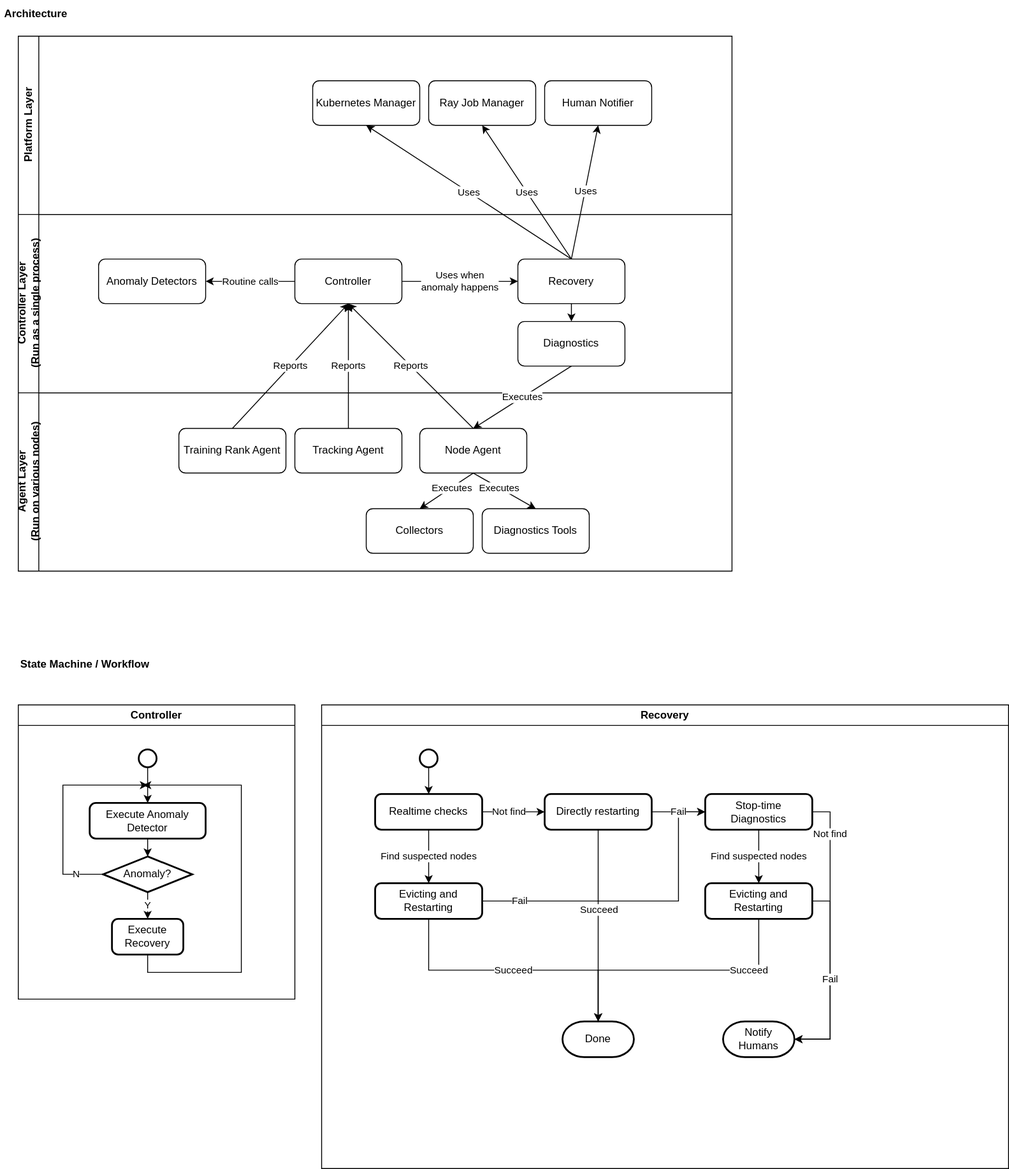
Before: miles/utils/ft/ft_arch.svg, a diagram exported from draw.io (radixark/miles). Source tidied: cells renumbered, new cells last; positions are measured from the earlier drawing's top-left corner, leaving out a move shared by most shapes.
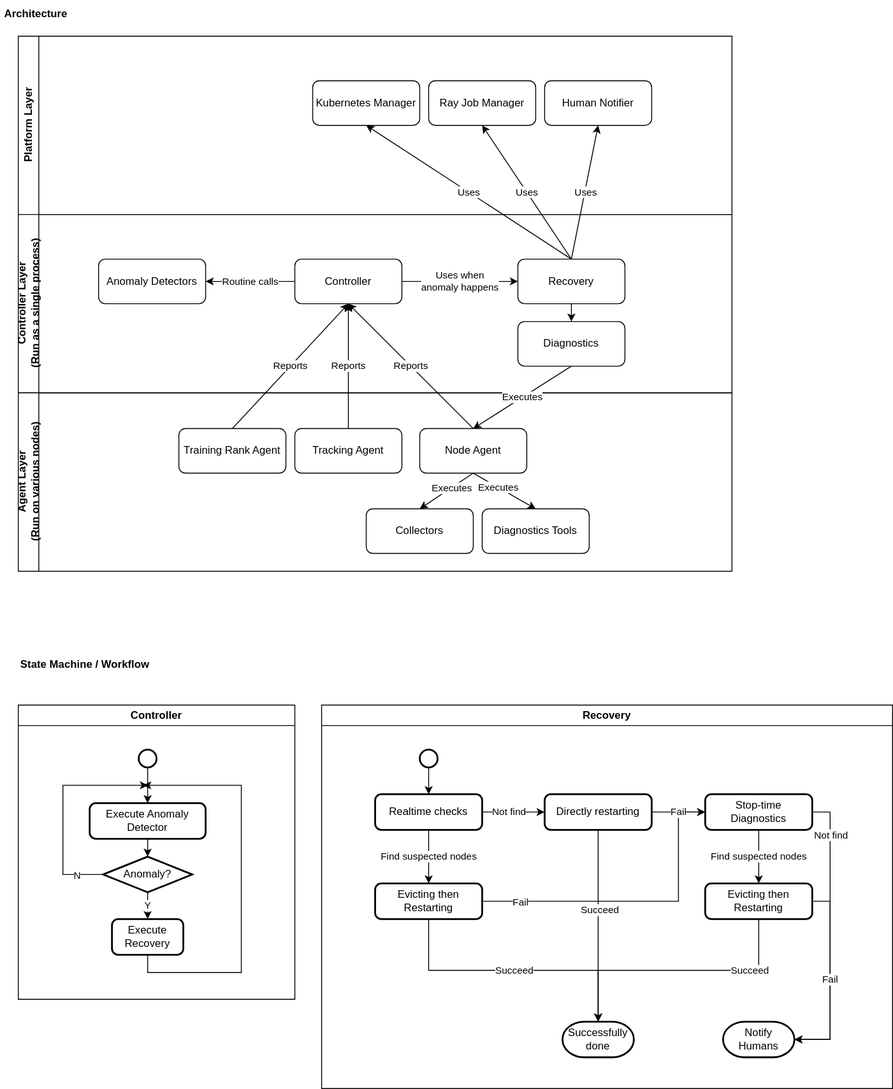
After the commit.

Diff of the diagram source:
```diff
@@ -147,7 +147,7 @@
       <mxGeometry x="105" y="240" width="80" height="40" as="geometry" />
     </mxCell>
     <mxCell id="45" value="Recovery" style="swimlane;whiteSpace=wrap;html=1;" parent="1" vertex="1">
-      <mxGeometry x="360" y="790" width="770" height="520" as="geometry" />
+      <mxGeometry x="360" y="790" width="640" height="430" as="geometry" />
     </mxCell>
     <mxCell id="46" style="edgeStyle=orthogonalEdgeStyle;rounded=0;jettySize=auto;html=1;exitX=0.5;exitY=1;exitDx=0;exitDy=0;exitPerimeter=0;entryX=0.5;entryY=0;entryDx=0;entryDy=0;" parent="45" edge="1" source="47" target="50">
       <mxGeometry relative="1" as="geometry" />
@@ -175,13 +175,13 @@
     <mxCell id="52" value="Fail" style="edgeLabel;html=1;align=center;verticalAlign=middle;" parent="51" vertex="1">
       <mxGeometry x="-0.76" relative="1" as="geometry" />
     </mxCell>
-    <mxCell id="53" value="Evicting and Restarting" style="rounded=1;whiteSpace=wrap;html=1;absoluteArcSize=1;arcSize=14;strokeWidth=2;" parent="45" vertex="1">
+    <mxCell id="53" value="Evicting then Restarting" style="rounded=1;whiteSpace=wrap;html=1;absoluteArcSize=1;arcSize=14;strokeWidth=2;" parent="45" vertex="1">
       <mxGeometry x="60" y="200" width="120" height="40" as="geometry" />
     </mxCell>
     <mxCell id="54" value="Succeed" style="edgeStyle=orthogonalEdgeStyle;rounded=0;jettySize=auto;html=1;exitX=0.5;exitY=1;exitDx=0;exitDy=0;entryX=0.5;entryY=0;entryDx=0;entryDy=0;entryPerimeter=0;" parent="45" edge="1" source="53" target="55">
       <mxGeometry relative="1" as="geometry" />
     </mxCell>
-    <mxCell id="55" value="Done" style="strokeWidth=2;html=1;shape=mxgraph.flowchart.terminator;whiteSpace=wrap;" parent="45" vertex="1">
+    <mxCell id="55" value="Successfully done" style="strokeWidth=2;html=1;shape=mxgraph.flowchart.terminator;whiteSpace=wrap;" parent="45" vertex="1">
       <mxGeometry x="270" y="355" width="80" height="40" as="geometry" />
     </mxCell>
     <mxCell id="56" style="edgeStyle=orthogonalEdgeStyle;rounded=0;jettySize=auto;html=1;exitX=1;exitY=0.5;exitDx=0;exitDy=0;entryX=1;entryY=0.5;entryDx=0;entryDy=0;entryPerimeter=0;" parent="45" edge="1" source="58" target="67">
@@ -196,7 +196,7 @@
     <mxCell id="59" value="Fail" style="edgeStyle=orthogonalEdgeStyle;rounded=0;jettySize=auto;html=1;exitX=1;exitY=0.5;exitDx=0;exitDy=0;entryX=1;entryY=0.5;entryDx=0;entryDy=0;entryPerimeter=0;" parent="45" edge="1" source="60" target="67">
       <mxGeometry relative="1" as="geometry" />
     </mxCell>
-    <mxCell id="60" value="Evicting and Restarting" style="rounded=1;whiteSpace=wrap;html=1;absoluteArcSize=1;arcSize=14;strokeWidth=2;" parent="45" vertex="1">
+    <mxCell id="60" value="Evicting then Restarting" style="rounded=1;whiteSpace=wrap;html=1;absoluteArcSize=1;arcSize=14;strokeWidth=2;" parent="45" vertex="1">
       <mxGeometry x="430" y="200" width="120" height="40" as="geometry" />
     </mxCell>
     <mxCell id="61" value="Find suspected nodes" style="edgeStyle=orthogonalEdgeStyle;rounded=0;jettySize=auto;html=1;exitX=0.5;exitY=1;exitDx=0;exitDy=0;entryX=0.5;entryY=0;entryDx=0;entryDy=0;" parent="45" edge="1" source="58" target="60">
```
